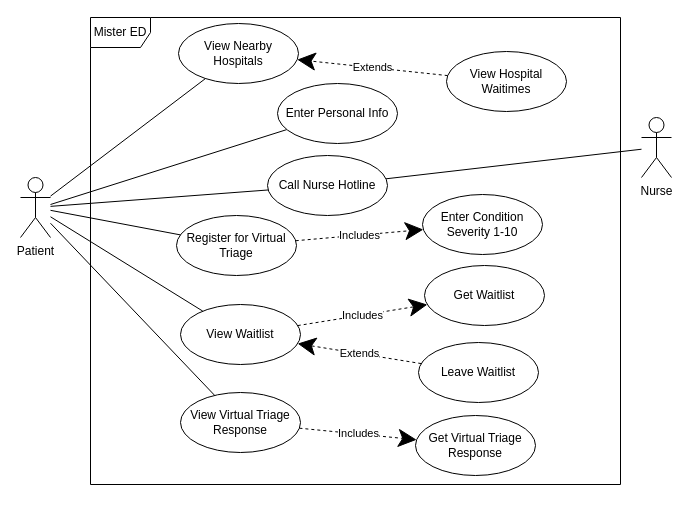
Earlier version of the draw.io diagram AmirWork/M3/PatientUseCaseDiagramV2.drawio (SENG-350-2024-fall/Team9). Source tidied: cells renumbered, new cells numbered last; positions are measured from the earlier drawing's top-left corner, leaving out a move shared by most shapes. Both pictures are drawn from the tidied source at 100%, with x=0, y=0 at pixel (20, 17).
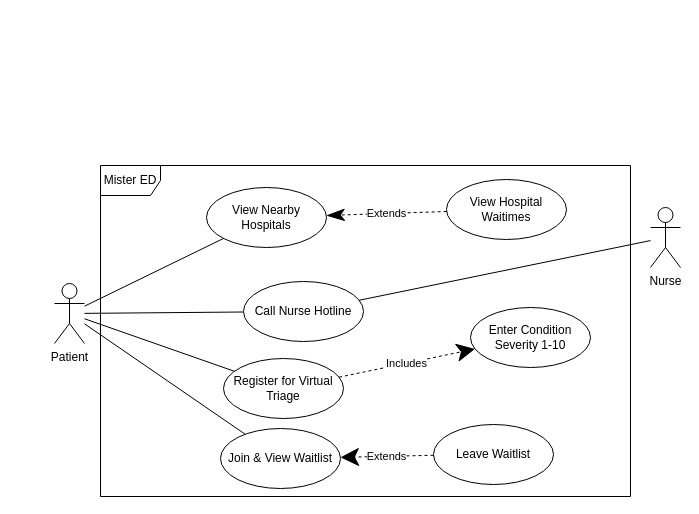
The same diagram, later.

Diff of the diagram source:
```diff
@@
     <mxCell id="2" value="Patient" style="shape=umlActor;verticalLabelPosition=bottom;verticalAlign=top;html=1;outlineConnect=0;" parent="1" vertex="1">
-      <mxGeometry y="160" width="30" height="60" as="geometry" />
+      <mxGeometry x="34" y="266" width="30" height="60" as="geometry" />
     </mxCell>
     <mxCell id="3" value="Call Nurse Hotline" style="ellipse;whiteSpace=wrap;html=1;" parent="1" vertex="1">
-      <mxGeometry x="247" y="138" width="120" height="60" as="geometry" />
+      <mxGeometry x="223" y="264" width="120" height="60" as="geometry" />
     </mxCell>
@@
     <mxCell id="5" value="Nurse" style="shape=umlActor;verticalLabelPosition=bottom;verticalAlign=top;html=1;" parent="1" vertex="1">
-      <mxGeometry x="621" y="100" width="30" height="60" as="geometry" />
+      <mxGeometry x="630" y="190" width="30" height="60" as="geometry" />
     </mxCell>
@@
     <mxCell id="7" value="Register for Virtual Triage" style="ellipse;whiteSpace=wrap;html=1;" parent="1" vertex="1">
-      <mxGeometry x="156" y="198" width="120" height="60" as="geometry" />
+      <mxGeometry x="203" y="341" width="120" height="60" as="geometry" />
     </mxCell>
@@
     <mxCell id="9" value="Enter Condition Severity 1-10" style="ellipse;whiteSpace=wrap;html=1;" parent="1" vertex="1">
-      <mxGeometry x="402" y="177" width="120" height="60" as="geometry" />
+      <mxGeometry x="450" y="290" width="120" height="60" as="geometry" />
     </mxCell>
@@
-    <mxCell id="11" value="View Waitlist" style="ellipse;whiteSpace=wrap;html=1;" parent="1" vertex="1">
-      <mxGeometry x="160" y="287" width="120" height="60" as="geometry" />
-    </mxCell>
-    <mxCell id="12" style="endArrow=none;html=1;rounded=0;" parent="1" edge="1" source="2" target="11">
-      <mxGeometry relative="1" as="geometry" />
-    </mxCell>
-    <mxCell id="13" value="Get Waitlist" style="ellipse;whiteSpace=wrap;html=1;" parent="1" vertex="1">
-      <mxGeometry x="404" y="248" width="120" height="60" as="geometry" />
-    </mxCell>
-    <mxCell id="14" value="Includes" style="endArrow=classic;endSize=16;endFill=1;html=1;rounded=0;dashed=1;" parent="1" edge="1" source="11" target="13">
-      <mxGeometry relative="1" as="geometry" />
-    </mxCell>
+    <mxCell id="28" value="Join &amp;amp; View Waitlist" style="ellipse;whiteSpace=wrap;html=1;" parent="1" vertex="1">
+      <mxGeometry x="200" y="411" width="120" height="60" as="geometry" />
+    </mxCell>
+    <mxCell id="29" style="endArrow=none;html=1;rounded=0;" parent="1" edge="1" source="2" target="28">
+      <mxGeometry relative="1" as="geometry" />
+    </mxCell>
     <mxCell id="15" value="Mister ED" style="shape=umlFrame;whiteSpace=wrap;html=1;" parent="1" vertex="1">
-      <mxGeometry x="70" width="530" height="467" as="geometry" />
+      <mxGeometry x="80" y="148" width="530" height="331" as="geometry" />
     </mxCell>
-    <mxCell id="16" value="View Virtual Triage Response" style="ellipse;whiteSpace=wrap;html=1;" parent="1" vertex="1">
-      <mxGeometry x="160" y="375" width="120" height="60" as="geometry" />
-    </mxCell>
-    <mxCell id="17" style="endArrow=none;html=1;rounded=0;" parent="1" edge="1" source="2" target="16">
-      <mxGeometry relative="1" as="geometry" />
-    </mxCell>
-    <mxCell id="18" value="Get Virtual Triage Response" style="ellipse;whiteSpace=wrap;html=1;" parent="1" vertex="1">
-      <mxGeometry x="395" y="398" width="120" height="60" as="geometry" />
-    </mxCell>
-    <mxCell id="19" value="Includes" style="endArrow=classic;endSize=16;endFill=1;html=1;rounded=0;dashed=1;" parent="1" edge="1" source="16" target="18">
-      <mxGeometry relative="1" as="geometry" />
-    </mxCell>
     <mxCell id="20" value="View Nearby Hospitals" style="ellipse;whiteSpace=wrap;html=1;" parent="1" vertex="1">
-      <mxGeometry x="158" y="6" width="120" height="60" as="geometry" />
+      <mxGeometry x="186" y="170" width="120" height="60" as="geometry" />
     </mxCell>
@@
     <mxCell id="22" value="View Hospital Waitimes" style="ellipse;whiteSpace=wrap;html=1;" parent="1" vertex="1">
-      <mxGeometry x="426" y="34" width="120" height="60" as="geometry" />
+      <mxGeometry x="426" y="162" width="120" height="60" as="geometry" />
     </mxCell>
-    <mxCell id="23" value="Extends" style="endArrow=classic;endSize=16;endFill=1;html=1;rounded=0;dashed=1;" parent="1" edge="1" source="22" target="20">
+    <mxCell id="23" value="Extends" style="endArrow=classicThin;endSize=16;endFill=1;html=1;rounded=0;dashed=1;" parent="1" edge="1" source="22" target="20">
       <mxGeometry relative="1" as="geometry" />
     </mxCell>
     <mxCell id="24" value="Leave Waitlist" style="ellipse;whiteSpace=wrap;html=1;" parent="1" vertex="1">
-      <mxGeometry x="398" y="325" width="120" height="60" as="geometry" />
+      <mxGeometry x="413" y="407" width="120" height="60" as="geometry" />
     </mxCell>
-    <mxCell id="25" value="Extends" style="endArrow=classic;endSize=16;endFill=1;html=1;rounded=0;dashed=1;" parent="1" edge="1" source="24" target="11">
-      <mxGeometry relative="1" as="geometry" />
-    </mxCell>
-    <mxCell id="26" style="rounded=0;jettySize=auto;html=1;endArrow=none;endFill=0;" parent="1" edge="1" source="27">
-      <mxGeometry relative="1" as="geometry">
-        <mxPoint x="30" y="187" as="targetPoint" />
-      </mxGeometry>
-    </mxCell>
-    <mxCell id="27" value="Enter Personal Info" style="ellipse;whiteSpace=wrap;html=1;" parent="1" vertex="1">
-      <mxGeometry x="257" y="66" width="120" height="60" as="geometry" />
-    </mxCell>
+    <mxCell id="30" value="Extends" style="endArrow=classic;endSize=16;endFill=1;html=1;rounded=0;dashed=1;" parent="1" edge="1" source="24" target="28">
+      <mxGeometry relative="1" as="geometry" />
+    </mxCell>
```
